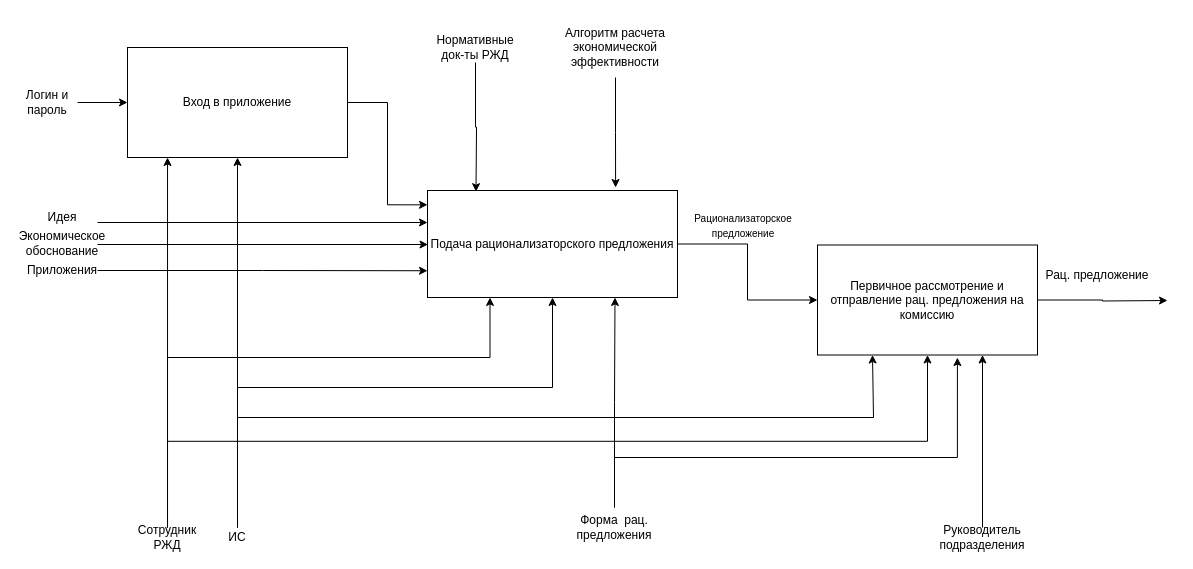
Above: page "IDEF0 декомпозиция" (2 of 4) of IDEF0.drawio in Ideas-maker/diagram (draw.io), before the change. Source tidied: cells renumbered, new cells numbered last; positions are measured from the earlier drawing's top-left corner, leaving out a move shared by most shapes. Both pictures are drawn from the tidied source at 100%, with x=0, y=0 at pixel (17, 17).
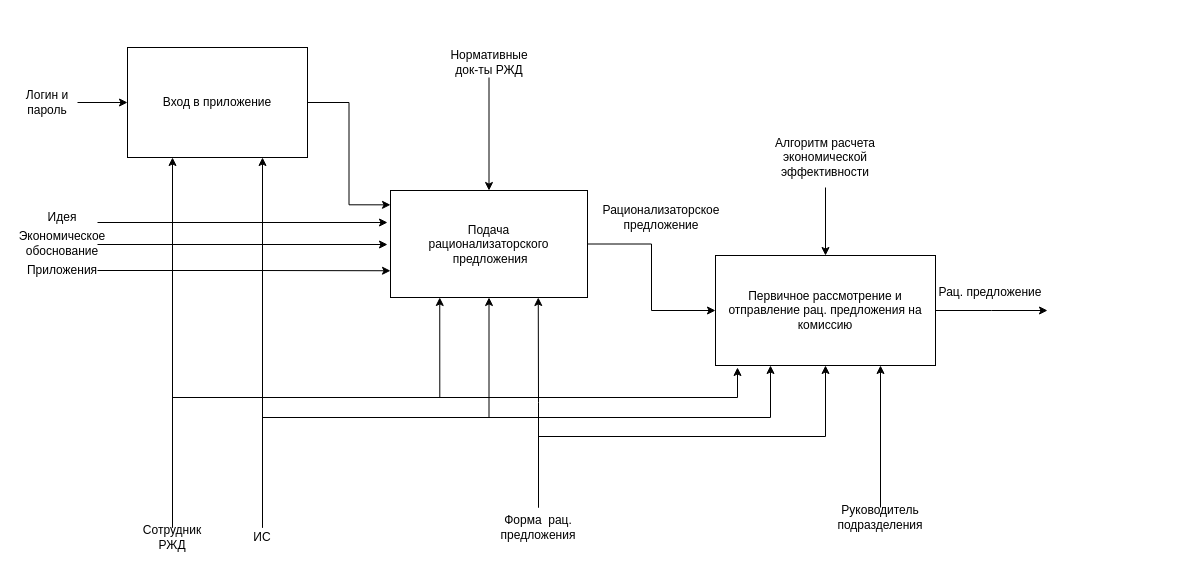
After the change.

What changed in the source:
```diff
@@
     <mxCell id="3" value="&lt;font style=&quot;font-size: 12px&quot;&gt;Вход в приложение&lt;/font&gt;" style="rounded=0;whiteSpace=wrap;html=1;fontSize=10;" parent="1" vertex="1">
-      <mxGeometry x="110" y="30" width="220" height="110" as="geometry" />
+      <mxGeometry x="110" y="30" width="180" height="110" as="geometry" />
     </mxCell>
@@
-    <mxCell id="5" value="&lt;font style=&quot;font-size: 12px&quot;&gt;Подача рационализаторского предложения&lt;/font&gt;" style="rounded=0;whiteSpace=wrap;html=1;fontSize=10;" parent="1" vertex="1">
-      <mxGeometry x="410" y="173" width="250" height="107" as="geometry" />
+    <mxCell id="5" value="&lt;font style=&quot;font-size: 12px&quot;&gt;Подача &lt;br&gt;рационализаторского&lt;br&gt;&amp;nbsp;предложения&lt;/font&gt;" style="rounded=0;whiteSpace=wrap;html=1;fontSize=10;" parent="1" vertex="1">
+      <mxGeometry x="373" y="173" width="197" height="107" as="geometry" />
     </mxCell>
     <mxCell id="6" style="edgeStyle=orthogonalEdgeStyle;rounded=0;jettySize=auto;html=1;exitX=1;exitY=0.5;exitDx=0;exitDy=0;fontSize=12;" parent="1" edge="1" source="7">
       <mxGeometry relative="1" as="geometry">
-        <mxPoint x="1150" y="283" as="targetPoint" />
+        <mxPoint x="1030" y="293" as="targetPoint" />
       </mxGeometry>
     </mxCell>
     <mxCell id="7" value="&lt;font style=&quot;font-size: 12px&quot;&gt;Первичное рассмотрение и отправление рац. предложения на комиссию&lt;/font&gt;" style="rounded=0;whiteSpace=wrap;html=1;fontSize=10;" parent="1" vertex="1">
-      <mxGeometry x="800" y="227.5" width="220" height="110" as="geometry" />
+      <mxGeometry x="698" y="238" width="220" height="110" as="geometry" />
     </mxCell>
@@
-    <mxCell id="10" style="edgeStyle=orthogonalEdgeStyle;rounded=0;jettySize=auto;html=1;entryX=0.182;entryY=1;entryDx=0;entryDy=0;entryPerimeter=0;fontSize=12;" parent="1" edge="1" source="13" target="3">
+    <mxCell id="10" style="edgeStyle=orthogonalEdgeStyle;rounded=0;jettySize=auto;html=1;exitX=0.5;exitY=0;exitDx=0;exitDy=0;entryX=0.25;entryY=1;entryDx=0;entryDy=0;" parent="1" edge="1" source="13" target="3">
       <mxGeometry relative="1" as="geometry" />
     </mxCell>
-    <mxCell id="11" style="edgeStyle=orthogonalEdgeStyle;rounded=0;jettySize=auto;html=1;exitX=0.5;exitY=0;exitDx=0;exitDy=0;entryX=0.25;entryY=1;entryDx=0;entryDy=0;fontSize=10;" parent="1" edge="1" source="13" target="5">
+    <mxCell id="11" style="edgeStyle=orthogonalEdgeStyle;rounded=0;jettySize=auto;html=1;exitX=0.5;exitY=0;exitDx=0;exitDy=0;entryX=0.25;entryY=1;entryDx=0;entryDy=0;" parent="1" edge="1" source="13" target="5">
       <mxGeometry relative="1" as="geometry">
         <Array as="points">
-          <mxPoint x="150" y="340" />
-          <mxPoint x="472" y="340" />
+          <mxPoint x="155" y="380" />
+          <mxPoint x="422" y="380" />
         </Array>
       </mxGeometry>
     </mxCell>
-    <mxCell id="12" style="edgeStyle=orthogonalEdgeStyle;rounded=0;jettySize=auto;html=1;exitX=0.5;exitY=0;exitDx=0;exitDy=0;entryX=0.5;entryY=1;entryDx=0;entryDy=0;fontSize=10;" parent="1" edge="1" source="13" target="7">
-      <mxGeometry relative="1" as="geometry" />
+    <mxCell id="12" style="edgeStyle=orthogonalEdgeStyle;rounded=0;jettySize=auto;html=1;exitX=0.5;exitY=0;exitDx=0;exitDy=0;entryX=0.1;entryY=1.018;entryDx=0;entryDy=0;entryPerimeter=0;" parent="1" edge="1" source="13" target="7">
+      <mxGeometry relative="1" as="geometry">
+        <Array as="points">
+          <mxPoint x="155" y="380" />
+          <mxPoint x="720" y="380" />
+        </Array>
+      </mxGeometry>
     </mxCell>
     <mxCell id="13" value="Сотрудник РЖД" style="text;html=1;strokeColor=none;fillColor=none;align=center;verticalAlign=middle;whiteSpace=wrap;rounded=0;fontSize=12;" parent="1" vertex="1">
-      <mxGeometry x="130" y="510" width="40" height="20" as="geometry" />
+      <mxGeometry x="135" y="510" width="40" height="20" as="geometry" />
     </mxCell>
-    <mxCell id="14" style="edgeStyle=orthogonalEdgeStyle;rounded=0;jettySize=auto;html=1;exitX=0.5;exitY=0;exitDx=0;exitDy=0;fontSize=10;" parent="1" edge="1" source="17" target="3">
+    <mxCell id="14" style="edgeStyle=orthogonalEdgeStyle;rounded=0;jettySize=auto;html=1;exitX=0.5;exitY=0;exitDx=0;exitDy=0;entryX=0.75;entryY=1;entryDx=0;entryDy=0;" parent="1" edge="1" source="17" target="3">
       <mxGeometry relative="1" as="geometry" />
     </mxCell>
-    <mxCell id="15" style="edgeStyle=orthogonalEdgeStyle;rounded=0;jettySize=auto;html=1;exitX=0.5;exitY=0;exitDx=0;exitDy=0;fontSize=10;" parent="1" edge="1" source="17" target="5">
+    <mxCell id="15" style="edgeStyle=orthogonalEdgeStyle;rounded=0;jettySize=auto;html=1;exitX=0.5;exitY=0;exitDx=0;exitDy=0;entryX=0.5;entryY=1;entryDx=0;entryDy=0;" parent="1" edge="1" source="17" target="5">
       <mxGeometry relative="1" as="geometry">
         <Array as="points">
-          <mxPoint x="220" y="370" />
-          <mxPoint x="535" y="370" />
+          <mxPoint x="245" y="400" />
+          <mxPoint x="472" y="400" />
         </Array>
       </mxGeometry>
     </mxCell>
-    <mxCell id="16" style="edgeStyle=orthogonalEdgeStyle;rounded=0;jettySize=auto;html=1;exitX=0.5;exitY=0;exitDx=0;exitDy=0;entryX=0.25;entryY=1;entryDx=0;entryDy=0;fontSize=10;" parent="1" edge="1" source="17" target="7">
+    <mxCell id="16" style="edgeStyle=orthogonalEdgeStyle;rounded=0;jettySize=auto;html=1;exitX=0.5;exitY=0;exitDx=0;exitDy=0;entryX=0.25;entryY=1;entryDx=0;entryDy=0;" parent="1" edge="1" source="17" target="7">
       <mxGeometry relative="1" as="geometry">
         <Array as="points">
-          <mxPoint x="220" y="400" />
-          <mxPoint x="856" y="400" />
+          <mxPoint x="245" y="400" />
+          <mxPoint x="753" y="400" />
         </Array>
       </mxGeometry>
     </mxCell>
     <mxCell id="17" value="ИС" style="text;html=1;strokeColor=none;fillColor=none;align=center;verticalAlign=middle;whiteSpace=wrap;rounded=0;fontSize=12;" parent="1" vertex="1">
-      <mxGeometry x="200" y="510" width="40" height="20" as="geometry" />
+      <mxGeometry x="225" y="510" width="40" height="20" as="geometry" />
     </mxCell>
     <mxCell id="18" style="edgeStyle=orthogonalEdgeStyle;rounded=0;orthogonalLoop=1;jettySize=auto;html=1;fontSize=12;" parent="1" edge="1">
       <mxGeometry relative="1" as="geometry">
         <mxPoint x="80" y="205" as="sourcePoint" />
-        <mxPoint x="410" y="205" as="targetPoint" />
+        <mxPoint x="370" y="205" as="targetPoint" />
       </mxGeometry>
     </mxCell>
@@
-    <mxCell id="20" style="edgeStyle=orthogonalEdgeStyle;rounded=0;orthogonalLoop=1;jettySize=auto;html=1;entryX=0.002;entryY=0.556;entryDx=0;entryDy=0;fontSize=12;entryPerimeter=0;" parent="1" edge="1">
+    <mxCell id="20" style="edgeStyle=orthogonalEdgeStyle;rounded=0;orthogonalLoop=1;jettySize=auto;html=1;fontSize=12;" parent="1" edge="1">
       <mxGeometry relative="1" as="geometry">
         <mxPoint x="80" y="227" as="sourcePoint" />
-        <mxPoint x="410.5" y="227" as="targetPoint" />
+        <mxPoint x="370" y="227" as="targetPoint" />
       </mxGeometry>
     </mxCell>
@@
-    <mxCell id="22" style="edgeStyle=orthogonalEdgeStyle;rounded=0;jettySize=auto;html=1;exitX=0.5;exitY=1;exitDx=0;exitDy=0;entryX=0.088;entryY=0.008;entryDx=0;entryDy=0;entryPerimeter=0;fontSize=10;" parent="1" edge="1" source="23">
-      <mxGeometry relative="1" as="geometry">
-        <mxPoint x="458.5" y="174.2" as="targetPoint" />
-      </mxGeometry>
-    </mxCell>
+    <mxCell id="35" style="edgeStyle=orthogonalEdgeStyle;rounded=0;jettySize=auto;html=1;exitX=0.5;exitY=1;exitDx=0;exitDy=0;" parent="1" edge="1" source="23" target="5">
+      <mxGeometry relative="1" as="geometry" />
+    </mxCell>
     <mxCell id="23" value="&lt;font style=&quot;font-size: 12px&quot;&gt;Нормативные док-ты РЖД&lt;/font&gt;" style="text;html=1;strokeColor=none;fillColor=none;align=center;verticalAlign=middle;whiteSpace=wrap;rounded=0;fontSize=12;" parent="1" vertex="1">
-      <mxGeometry x="423" y="15" width="70" height="30" as="geometry" />
+      <mxGeometry x="436.5" y="30" width="70" height="30" as="geometry" />
     </mxCell>
@@
-    <mxCell id="25" style="edgeStyle=orthogonalEdgeStyle;rounded=0;jettySize=auto;html=1;exitX=0.5;exitY=0;exitDx=0;exitDy=0;entryX=0.636;entryY=1.023;entryDx=0;entryDy=0;entryPerimeter=0;" parent="1" edge="1" source="26" target="7">
-      <mxGeometry relative="1" as="geometry">
-        <Array as="points">
-          <mxPoint x="597" y="440" />
-          <mxPoint x="940" y="440" />
-        </Array>
-      </mxGeometry>
+    <mxCell id="25" style="edgeStyle=orthogonalEdgeStyle;rounded=0;jettySize=auto;html=1;exitX=0.5;exitY=0;exitDx=0;exitDy=0;" parent="1" edge="1" source="26" target="7">
+      <mxGeometry relative="1" as="geometry" />
     </mxCell>
     <mxCell id="26" value="&lt;font style=&quot;font-size: 12px&quot;&gt;Форма&amp;nbsp; рац. предложения&lt;/font&gt;" style="text;html=1;strokeColor=none;fillColor=none;align=center;verticalAlign=middle;whiteSpace=wrap;rounded=0;fontSize=12;" parent="1" vertex="1">
-      <mxGeometry x="547" y="490" width="100" height="40" as="geometry" />
+      <mxGeometry x="471" y="490" width="100" height="40" as="geometry" />
     </mxCell>
-    <mxCell id="27" style="edgeStyle=orthogonalEdgeStyle;rounded=0;jettySize=auto;html=1;exitX=0.5;exitY=1;exitDx=0;exitDy=0;fontSize=10;" parent="1" edge="1" source="28">
-      <mxGeometry relative="1" as="geometry">
-        <mxPoint x="598.1" y="170" as="targetPoint" />
-      </mxGeometry>
-    </mxCell>
+    <mxCell id="36" style="edgeStyle=orthogonalEdgeStyle;rounded=0;jettySize=auto;html=1;exitX=0.5;exitY=1;exitDx=0;exitDy=0;entryX=0.5;entryY=0;entryDx=0;entryDy=0;" parent="1" edge="1" source="28" target="7">
+      <mxGeometry relative="1" as="geometry" />
+    </mxCell>
     <mxCell id="28" value="&lt;font style=&quot;font-size: 12px&quot;&gt;Алгоритм расчета экономической эффективности&lt;/font&gt;" style="text;html=1;strokeColor=none;fillColor=none;align=center;verticalAlign=middle;whiteSpace=wrap;rounded=0;fontSize=12;" parent="1" vertex="1">
-      <mxGeometry x="545" width="106" height="60" as="geometry" />
+      <mxGeometry x="755" y="110" width="106" height="60" as="geometry" />
     </mxCell>
-    <mxCell id="29" value="&lt;font style=&quot;font-size: 10px&quot;&gt;Рационализаторское предложение&lt;/font&gt;" style="text;html=1;strokeColor=none;fillColor=none;align=center;verticalAlign=middle;whiteSpace=wrap;rounded=0;fontSize=12;" parent="1" vertex="1">
-      <mxGeometry x="672" y="188" width="108" height="40" as="geometry" />
+    <mxCell id="29" value="&lt;font style=&quot;font-size: 12px&quot;&gt;Рационализаторское предложение&lt;/font&gt;" style="text;html=1;strokeColor=none;fillColor=none;align=center;verticalAlign=middle;whiteSpace=wrap;rounded=0;fontSize=12;" parent="1" vertex="1">
+      <mxGeometry x="590" y="180" width="108" height="40" as="geometry" />
     </mxCell>
-    <mxCell id="30" style="edgeStyle=orthogonalEdgeStyle;rounded=0;jettySize=auto;html=1;exitX=0.5;exitY=0;exitDx=0;exitDy=0;entryX=0.75;entryY=1;entryDx=0;entryDy=0;fontSize=12;" parent="1" edge="1" source="31" target="7">
-      <mxGeometry relative="1" as="geometry">
-        <Array as="points">
-          <mxPoint x="965" y="510" />
-        </Array>
-      </mxGeometry>
+    <mxCell id="30" style="edgeStyle=orthogonalEdgeStyle;rounded=0;jettySize=auto;html=1;exitX=0.5;exitY=0;exitDx=0;exitDy=0;entryX=0.75;entryY=1;entryDx=0;entryDy=0;" parent="1" edge="1" source="31" target="7">
+      <mxGeometry relative="1" as="geometry" />
     </mxCell>
     <mxCell id="31" value="Руководитель подразделения" style="text;html=1;strokeColor=none;fillColor=none;align=center;verticalAlign=middle;whiteSpace=wrap;rounded=0;fontSize=12;" parent="1" vertex="1">
-      <mxGeometry x="915" y="510" width="100" height="20" as="geometry" />
+      <mxGeometry x="813" y="490" width="100" height="20" as="geometry" />
     </mxCell>
@@
     <mxCell id="34" value="&lt;font style=&quot;font-size: 12px&quot;&gt;Рац. предложение&lt;/font&gt;" style="text;html=1;strokeColor=none;fillColor=none;align=center;verticalAlign=middle;whiteSpace=wrap;rounded=0;fontSize=12;" parent="1" vertex="1">
-      <mxGeometry x="1025" y="243" width="110" height="30" as="geometry" />
+      <mxGeometry x="918" y="260" width="110" height="30" as="geometry" />
     </mxCell>
```
